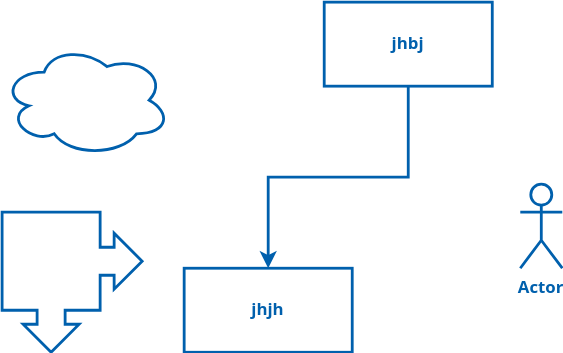
artur-gurgul-pro/artur-gurgul-pro.github.io keeps this draw.io diagram as svgs/test-graph.svg. Above is the earlier version. Source tidied: cells renumbered, new cells last; positions are measured from the earlier drawing's top-left corner, leaving out a move shared by most shapes. Source of this version:
```xml
<mxGraphModel>
  <root>
    <mxCell id="0" />
    <mxCell id="1" parent="0" />
    <mxCell id="2" style="edgeStyle=orthogonalEdgeStyle;rounded=0;jettySize=auto;entryX=0.5;entryY=0;entryDx=0;entryDy=0;fontColor=#0060ad;strokeColor=#0060ad;strokeWidth=2;fontStyle=1;" parent="1" edge="1" source="3" target="4">
      <mxGeometry relative="1" as="geometry" />
    </mxCell>
    <mxCell id="3" value="jhbj" style="rounded=0;whiteSpace=wrap;fillColor=none;fontFamily=Open Sans;fontColor=#0060ad;strokeColor=#0060ad;strokeWidth=2;fontStyle=1;" parent="1" vertex="1">
      <mxGeometry x="230" width="120" height="60" as="geometry" />
    </mxCell>
    <mxCell id="4" value="jhjh" style="rounded=0;whiteSpace=wrap;fontFamily=Open Sans;fillColor=none;fontColor=#0060ad;strokeColor=#0060ad;strokeWidth=2;fontStyle=1;" parent="1" vertex="1">
      <mxGeometry x="130" y="190" width="120" height="60" as="geometry" />
    </mxCell>
    <mxCell id="5" style="ellipse;shape=cloud;whiteSpace=wrap;fillColor=none;fontColor=#0060ad;strokeColor=#0060ad;strokeWidth=2;" parent="1" vertex="1">
      <mxGeometry y="30" width="120" height="80" as="geometry" />
    </mxCell>
    <mxCell id="6" value="Actor" style="shape=umlActor;verticalLabelPosition=bottom;verticalAlign=top;fillColor=none;fontFamily=Open Sans;fontColor=#0060ad;strokeColor=#0060ad;strokeWidth=2;fontStyle=1;" parent="1" vertex="1">
      <mxGeometry x="370" y="130" width="30" height="60" as="geometry" />
    </mxCell>
    <mxCell id="7" style="shadow=0;dashed=0;align=center;verticalAlign=middle;shape=mxgraph.arrows2.calloutDouble90Arrow;dy1=10;dx1=20;dx2=70;dy2=70;arrowHead=10;fillColor=none;fontColor=#0060ad;strokeColor=#0060ad;strokeWidth=2;" parent="1" vertex="1">
      <mxGeometry y="150" width="100" height="100" as="geometry" />
    </mxCell>
  </root>
</mxGraphModel>
```
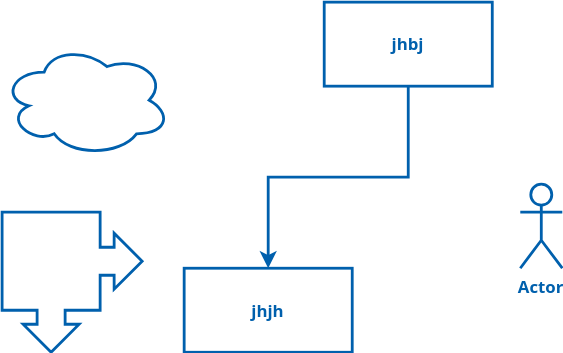
After the commit.

Change to the diagram source:
```diff
@@ -5,10 +5,10 @@
     <mxCell id="2" style="edgeStyle=orthogonalEdgeStyle;rounded=0;jettySize=auto;entryX=0.5;entryY=0;entryDx=0;entryDy=0;fontColor=#0060ad;strokeColor=#0060ad;strokeWidth=2;fontStyle=1;" parent="1" edge="1" source="3" target="4">
       <mxGeometry relative="1" as="geometry" />
     </mxCell>
-    <mxCell id="3" value="jhbj" style="rounded=0;whiteSpace=wrap;fillColor=none;fontFamily=Open Sans;fontColor=#0060ad;strokeColor=#0060ad;strokeWidth=2;fontStyle=1;" parent="1" vertex="1">
+    <mxCell id="3" value="jhbj" style="rounded=0;fillColor=none;fontFamily=Open Sans;fontColor=#0060ad;strokeColor=#0060ad;strokeWidth=2;fontStyle=1;" parent="1" vertex="1">
       <mxGeometry x="230" width="120" height="60" as="geometry" />
     </mxCell>
-    <mxCell id="4" value="jhjh" style="rounded=0;whiteSpace=wrap;fontFamily=Open Sans;fillColor=none;fontColor=#0060ad;strokeColor=#0060ad;strokeWidth=2;fontStyle=1;" parent="1" vertex="1">
+    <mxCell id="4" value="jhjh" style="rounded=0;fontFamily=Open Sans;fillColor=none;fontColor=#0060ad;strokeColor=#0060ad;strokeWidth=2;fontStyle=1;" parent="1" vertex="1">
       <mxGeometry x="130" y="190" width="120" height="60" as="geometry" />
     </mxCell>
     <mxCell id="5" style="ellipse;shape=cloud;whiteSpace=wrap;fillColor=none;fontColor=#0060ad;strokeColor=#0060ad;strokeWidth=2;" parent="1" vertex="1">
```
